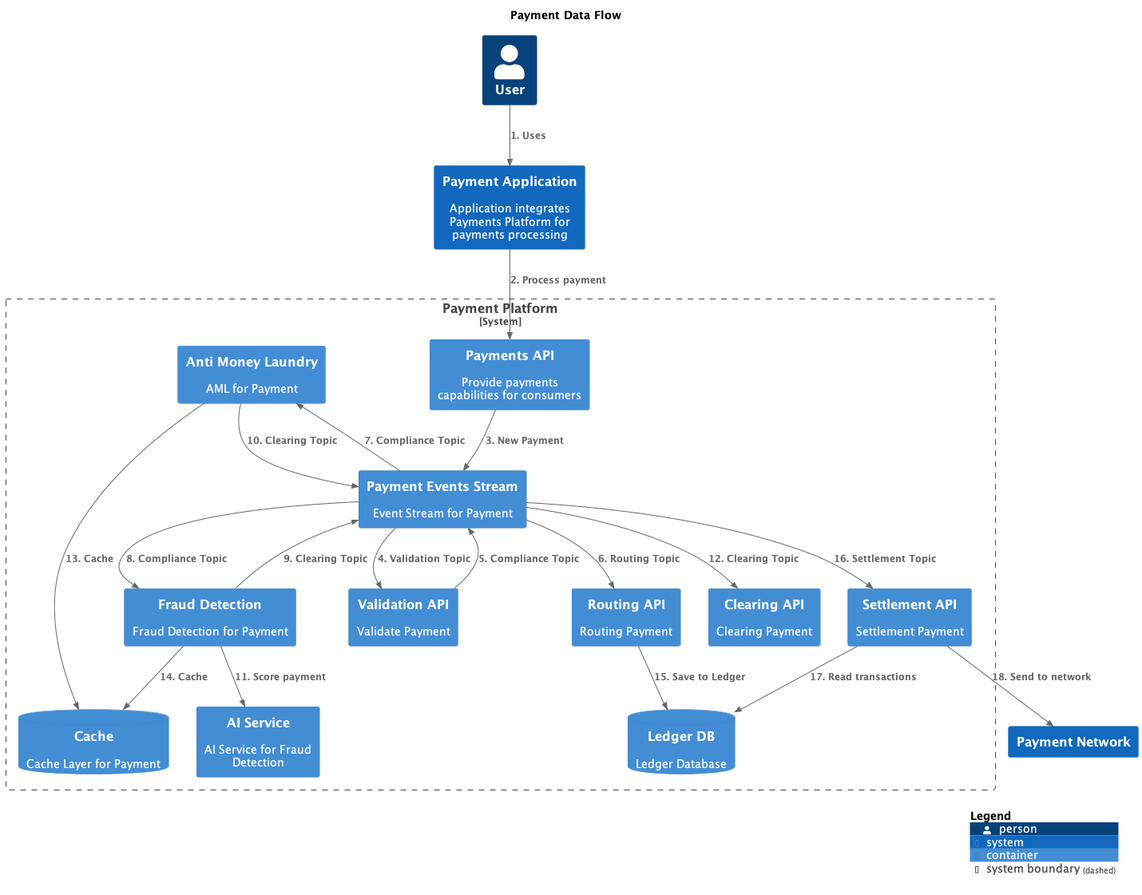
mmelnyk-godaddy/architecture-repository keeps this PlantUML diagram as master/png/PaymentDataFlow.png. Above is the earlier version. Its diagram source:
```plantuml
@startuml
set separator none
title Payment Data Flow

top to bottom direction

!include <C4/C4>
!include <C4/C4_Context>
!include <C4/C4_Container>

System_Boundary("PaymentPlatform_boundary", "Payment Platform", $tags="") {
  ContainerDb(PaymentPlatform.Cache, "Cache", $techn="", $descr="Cache Layer for Payment", $tags="", $link="")
  Container(PaymentPlatform.RoutingAPI, "Routing API", $techn="", $descr="Routing Payment", $tags="", $link="")
  Container(PaymentPlatform.AntiMoneyLaundry, "Anti Money Laundry", $techn="", $descr="AML for Payment", $tags="", $link="")
  Container(PaymentPlatform.FraudDetection, "Fraud Detection", $techn="", $descr="Fraud Detection for Payment", $tags="", $link="")
  Container(PaymentPlatform.AIService, "AI Service", $techn="", $descr="AI Service for Fraud Detection", $tags="", $link="")
  ContainerDb(PaymentPlatform.LedgerDB, "Ledger DB", $techn="", $descr="Ledger Database", $tags="", $link="")
  Container(PaymentPlatform.PaymentsAPI, "Payments API", $techn="", $descr="Provide payments capabilities for consumers", $tags="", $link="")
  Container(PaymentPlatform.ValidationAPI, "Validation API", $techn="", $descr="Validate Payment", $tags="", $link="")
  Container(PaymentPlatform.ClearingAPI, "Clearing API", $techn="", $descr="Clearing Payment", $tags="", $link="")
  Container(PaymentPlatform.SettlementAPI, "Settlement API", $techn="", $descr="Settlement Payment", $tags="", $link="")
  Container(PaymentPlatform.PaymentEventsStream, "Payment Events Stream", $techn="", $descr="Event Stream for Payment", $tags="", $link="")
}

Person(User, "User", $descr="", $tags="", $link="")
System(PaymentApplication, "Payment Application", $descr="Application integrates Payments Platform for payments processing", $tags="", $link="")
System(PaymentNetwork, "Payment Network", $descr="", $tags="", $link="")

Rel(User, PaymentApplication, "1. Uses", $techn="", $tags="", $link="")
Rel(PaymentApplication, PaymentPlatform.PaymentsAPI, "2. Process payment", $techn="", $tags="", $link="")
Rel(PaymentPlatform.PaymentsAPI, PaymentPlatform.PaymentEventsStream, "3. New Payment", $techn="", $tags="", $link="")
Rel(PaymentPlatform.PaymentEventsStream, PaymentPlatform.ValidationAPI, "4. Validation Topic", $techn="", $tags="", $link="")
Rel(PaymentPlatform.ValidationAPI, PaymentPlatform.PaymentEventsStream, "5. Compliance Topic", $techn="", $tags="", $link="")
Rel(PaymentPlatform.PaymentEventsStream, PaymentPlatform.RoutingAPI, "6. Routing Topic", $techn="", $tags="", $link="")
Rel(PaymentPlatform.PaymentEventsStream, PaymentPlatform.AntiMoneyLaundry, "7. Compliance Topic", $techn="", $tags="", $link="")
Rel(PaymentPlatform.PaymentEventsStream, PaymentPlatform.FraudDetection, "8. Compliance Topic", $techn="", $tags="", $link="")
Rel(PaymentPlatform.FraudDetection, PaymentPlatform.PaymentEventsStream, "9. Clearing Topic", $techn="", $tags="", $link="")
Rel(PaymentPlatform.AntiMoneyLaundry, PaymentPlatform.PaymentEventsStream, "10. Clearing Topic", $techn="", $tags="", $link="")
Rel(PaymentPlatform.FraudDetection, PaymentPlatform.AIService, "11. Score payment", $techn="", $tags="", $link="")
Rel(PaymentPlatform.PaymentEventsStream, PaymentPlatform.ClearingAPI, "12. Clearing Topic", $techn="", $tags="", $link="")
Rel(PaymentPlatform.AntiMoneyLaundry, PaymentPlatform.Cache, "13. Cache", $techn="", $tags="", $link="")
Rel(PaymentPlatform.FraudDetection, PaymentPlatform.Cache, "14. Cache", $techn="", $tags="", $link="")
Rel(PaymentPlatform.RoutingAPI, PaymentPlatform.LedgerDB, "15. Save to Ledger", $techn="", $tags="", $link="")
Rel(PaymentPlatform.PaymentEventsStream, PaymentPlatform.SettlementAPI, "16. Settlement Topic", $techn="", $tags="", $link="")
Rel(PaymentPlatform.SettlementAPI, PaymentPlatform.LedgerDB, "17. Read transactions", $techn="", $tags="", $link="")
Rel(PaymentPlatform.SettlementAPI, PaymentNetwork, "18. Send to network", $techn="", $tags="", $link="")

SHOW_LEGEND(true)
@enduml
```
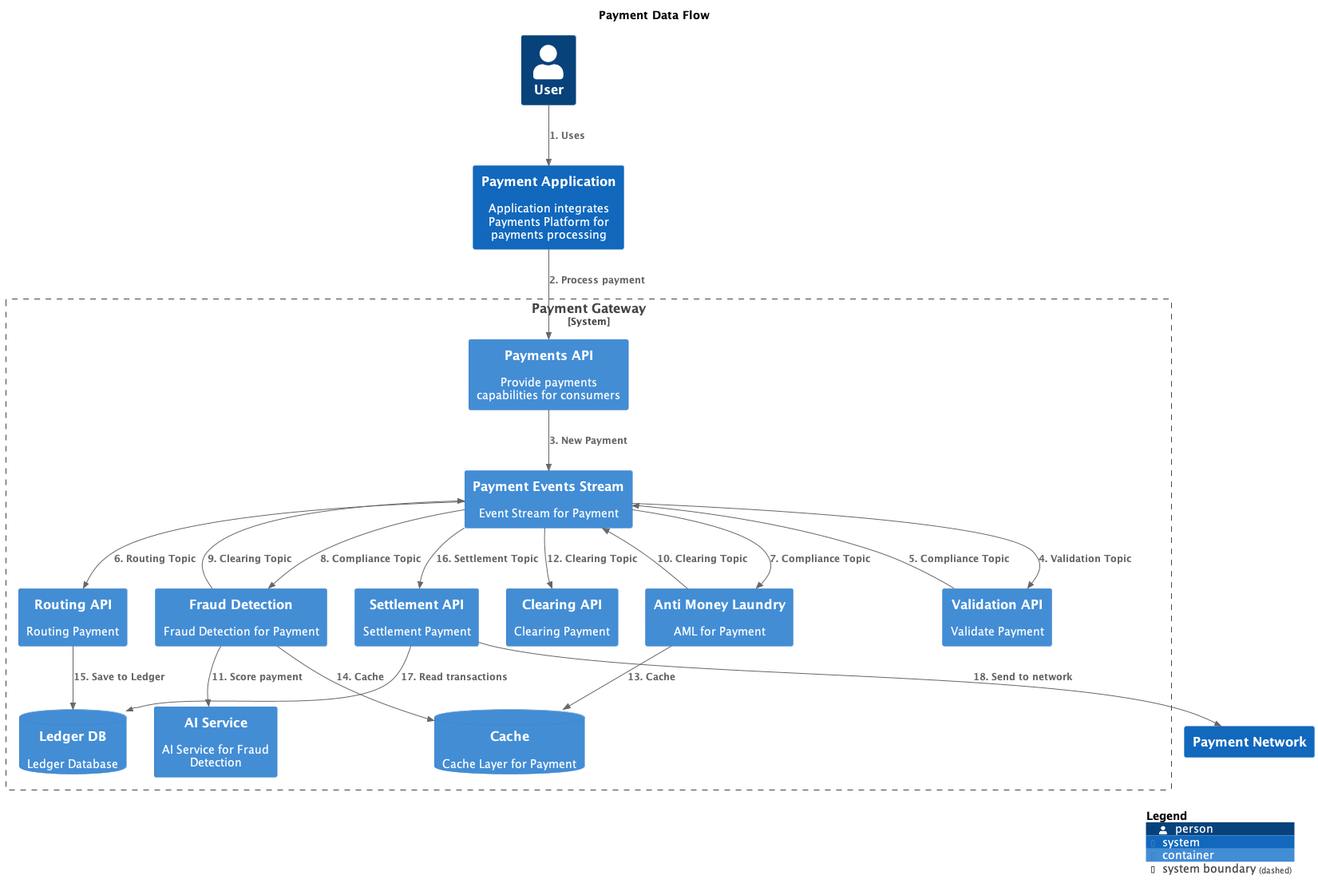
The same file after the commit.

Diff of the diagram source:
```diff
@@ -8,18 +8,18 @@
 !include <C4/C4_Context>
 !include <C4/C4_Container>
 
-System_Boundary("PaymentPlatform_boundary", "Payment Platform", $tags="") {
-  ContainerDb(PaymentPlatform.Cache, "Cache", $techn="", $descr="Cache Layer for Payment", $tags="", $link="")
-  Container(PaymentPlatform.RoutingAPI, "Routing API", $techn="", $descr="Routing Payment", $tags="", $link="")
-  Container(PaymentPlatform.AntiMoneyLaundry, "Anti Money Laundry", $techn="", $descr="AML for Payment", $tags="", $link="")
-  Container(PaymentPlatform.FraudDetection, "Fraud Detection", $techn="", $descr="Fraud Detection for Payment", $tags="", $link="")
-  Container(PaymentPlatform.AIService, "AI Service", $techn="", $descr="AI Service for Fraud Detection", $tags="", $link="")
-  ContainerDb(PaymentPlatform.LedgerDB, "Ledger DB", $techn="", $descr="Ledger Database", $tags="", $link="")
-  Container(PaymentPlatform.PaymentsAPI, "Payments API", $techn="", $descr="Provide payments capabilities for consumers", $tags="", $link="")
-  Container(PaymentPlatform.ValidationAPI, "Validation API", $techn="", $descr="Validate Payment", $tags="", $link="")
-  Container(PaymentPlatform.ClearingAPI, "Clearing API", $techn="", $descr="Clearing Payment", $tags="", $link="")
-  Container(PaymentPlatform.SettlementAPI, "Settlement API", $techn="", $descr="Settlement Payment", $tags="", $link="")
-  Container(PaymentPlatform.PaymentEventsStream, "Payment Events Stream", $techn="", $descr="Event Stream for Payment", $tags="", $link="")
+System_Boundary("PaymentGateway_boundary", "Payment Gateway", $tags="") {
+  Container(PaymentGateway.SettlementAPI, "Settlement API", $techn="", $descr="Settlement Payment", $tags="", $link="")
+  Container(PaymentGateway.PaymentEventsStream, "Payment Events Stream", $techn="", $descr="Event Stream for Payment", $tags="", $link="")
+  ContainerDb(PaymentGateway.Cache, "Cache", $techn="", $descr="Cache Layer for Payment", $tags="", $link="")
+  Container(PaymentGateway.RoutingAPI, "Routing API", $techn="", $descr="Routing Payment", $tags="", $link="")
+  Container(PaymentGateway.AntiMoneyLaundry, "Anti Money Laundry", $techn="", $descr="AML for Payment", $tags="", $link="")
+  Container(PaymentGateway.FraudDetection, "Fraud Detection", $techn="", $descr="Fraud Detection for Payment", $tags="", $link="")
+  Container(PaymentGateway.AIService, "AI Service", $techn="", $descr="AI Service for Fraud Detection", $tags="", $link="")
+  ContainerDb(PaymentGateway.LedgerDB, "Ledger DB", $techn="", $descr="Ledger Database", $tags="", $link="")
+  Container(PaymentGateway.PaymentsAPI, "Payments API", $techn="", $descr="Provide payments capabilities for consumers", $tags="", $link="")
+  Container(PaymentGateway.ValidationAPI, "Validation API", $techn="", $descr="Validate Payment", $tags="", $link="")
+  Container(PaymentGateway.ClearingAPI, "Clearing API", $techn="", $descr="Clearing Payment", $tags="", $link="")
 }
 
 Person(User, "User", $descr="", $tags="", $link="")
@@ -27,23 +27,23 @@
 System(PaymentNetwork, "Payment Network", $descr="", $tags="", $link="")
 
 Rel(User, PaymentApplication, "1. Uses", $techn="", $tags="", $link="")
-Rel(PaymentApplication, PaymentPlatform.PaymentsAPI, "2. Process payment", $techn="", $tags="", $link="")
-Rel(PaymentPlatform.PaymentsAPI, PaymentPlatform.PaymentEventsStream, "3. New Payment", $techn="", $tags="", $link="")
-Rel(PaymentPlatform.PaymentEventsStream, PaymentPlatform.ValidationAPI, "4. Validation Topic", $techn="", $tags="", $link="")
-Rel(PaymentPlatform.ValidationAPI, PaymentPlatform.PaymentEventsStream, "5. Compliance Topic", $techn="", $tags="", $link="")
-Rel(PaymentPlatform.PaymentEventsStream, PaymentPlatform.RoutingAPI, "6. Routing Topic", $techn="", $tags="", $link="")
-Rel(PaymentPlatform.PaymentEventsStream, PaymentPlatform.AntiMoneyLaundry, "7. Compliance Topic", $techn="", $tags="", $link="")
-Rel(PaymentPlatform.PaymentEventsStream, PaymentPlatform.FraudDetection, "8. Compliance Topic", $techn="", $tags="", $link="")
-Rel(PaymentPlatform.FraudDetection, PaymentPlatform.PaymentEventsStream, "9. Clearing Topic", $techn="", $tags="", $link="")
-Rel(PaymentPlatform.AntiMoneyLaundry, PaymentPlatform.PaymentEventsStream, "10. Clearing Topic", $techn="", $tags="", $link="")
-Rel(PaymentPlatform.FraudDetection, PaymentPlatform.AIService, "11. Score payment", $techn="", $tags="", $link="")
-Rel(PaymentPlatform.PaymentEventsStream, PaymentPlatform.ClearingAPI, "12. Clearing Topic", $techn="", $tags="", $link="")
-Rel(PaymentPlatform.AntiMoneyLaundry, PaymentPlatform.Cache, "13. Cache", $techn="", $tags="", $link="")
-Rel(PaymentPlatform.FraudDetection, PaymentPlatform.Cache, "14. Cache", $techn="", $tags="", $link="")
-Rel(PaymentPlatform.RoutingAPI, PaymentPlatform.LedgerDB, "15. Save to Ledger", $techn="", $tags="", $link="")
-Rel(PaymentPlatform.PaymentEventsStream, PaymentPlatform.SettlementAPI, "16. Settlement Topic", $techn="", $tags="", $link="")
-Rel(PaymentPlatform.SettlementAPI, PaymentPlatform.LedgerDB, "17. Read transactions", $techn="", $tags="", $link="")
-Rel(PaymentPlatform.SettlementAPI, PaymentNetwork, "18. Send to network", $techn="", $tags="", $link="")
+Rel(PaymentApplication, PaymentGateway.PaymentsAPI, "2. Process payment", $techn="", $tags="", $link="")
+Rel(PaymentGateway.PaymentsAPI, PaymentGateway.PaymentEventsStream, "3. New Payment", $techn="", $tags="", $link="")
+Rel(PaymentGateway.PaymentEventsStream, PaymentGateway.ValidationAPI, "4. Validation Topic", $techn="", $tags="", $link="")
+Rel(PaymentGateway.ValidationAPI, PaymentGateway.PaymentEventsStream, "5. Compliance Topic", $techn="", $tags="", $link="")
+Rel(PaymentGateway.PaymentEventsStream, PaymentGateway.RoutingAPI, "6. Routing Topic", $techn="", $tags="", $link="")
+Rel(PaymentGateway.PaymentEventsStream, PaymentGateway.AntiMoneyLaundry, "7. Compliance Topic", $techn="", $tags="", $link="")
+Rel(PaymentGateway.PaymentEventsStream, PaymentGateway.FraudDetection, "8. Compliance Topic", $techn="", $tags="", $link="")
+Rel(PaymentGateway.FraudDetection, PaymentGateway.PaymentEventsStream, "9. Clearing Topic", $techn="", $tags="", $link="")
+Rel(PaymentGateway.AntiMoneyLaundry, PaymentGateway.PaymentEventsStream, "10. Clearing Topic", $techn="", $tags="", $link="")
+Rel(PaymentGateway.FraudDetection, PaymentGateway.AIService, "11. Score payment", $techn="", $tags="", $link="")
+Rel(PaymentGateway.PaymentEventsStream, PaymentGateway.ClearingAPI, "12. Clearing Topic", $techn="", $tags="", $link="")
+Rel(PaymentGateway.AntiMoneyLaundry, PaymentGateway.Cache, "13. Cache", $techn="", $tags="", $link="")
+Rel(PaymentGateway.FraudDetection, PaymentGateway.Cache, "14. Cache", $techn="", $tags="", $link="")
+Rel(PaymentGateway.RoutingAPI, PaymentGateway.LedgerDB, "15. Save to Ledger", $techn="", $tags="", $link="")
+Rel(PaymentGateway.PaymentEventsStream, PaymentGateway.SettlementAPI, "16. Settlement Topic", $techn="", $tags="", $link="")
+Rel(PaymentGateway.SettlementAPI, PaymentGateway.LedgerDB, "17. Read transactions", $techn="", $tags="", $link="")
+Rel(PaymentGateway.SettlementAPI, PaymentNetwork, "18. Send to network", $techn="", $tags="", $link="")
 
 SHOW_LEGEND(true)
 @enduml
```
